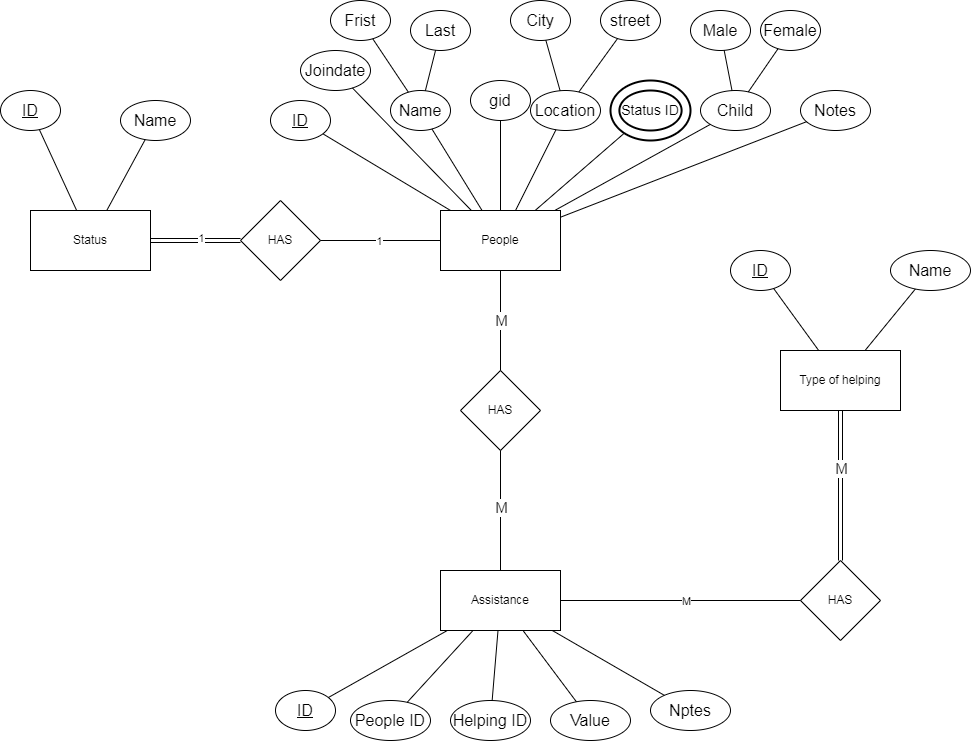
Before: DataBase/kherko.png, a diagram exported from draw.io (Mo-Ahmed-Ah/Java_Project). Source tidied: cells renumbered, new cells last; positions are measured from the earlier drawing's top-left corner, leaving out a move shared by most shapes.
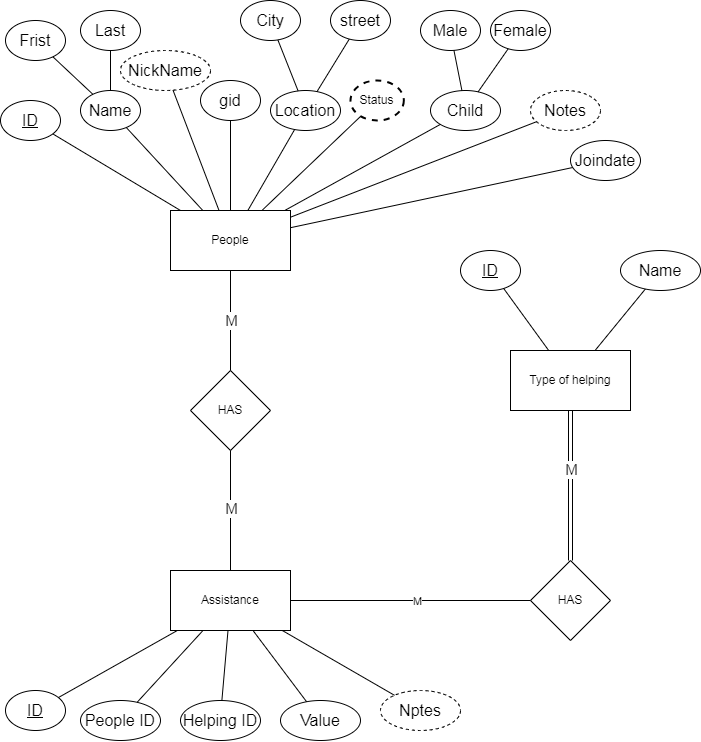
Later version of the same file.

Diff of the diagram source:
```diff
@@ -9,19 +9,19 @@
       <mxGeometry x="270" y="100" width="60" height="40" as="geometry" />
     </mxCell>
     <mxCell id="4" value="&lt;font style=&quot;font-size: 16px;&quot;&gt;Name&lt;/font&gt;" style="ellipse;whiteSpace=wrap;html=1;" parent="1" vertex="1">
-      <mxGeometry x="390" y="90" width="60" height="40" as="geometry" />
+      <mxGeometry x="350" y="90" width="60" height="40" as="geometry" />
     </mxCell>
     <mxCell id="5" value="&lt;font style=&quot;font-size: 16px;&quot;&gt;Last&lt;/font&gt;" style="ellipse;whiteSpace=wrap;html=1;" parent="1" vertex="1">
-      <mxGeometry x="410" y="10" width="60" height="40" as="geometry" />
+      <mxGeometry x="350" y="10" width="60" height="40" as="geometry" />
     </mxCell>
     <mxCell id="6" value="&lt;font style=&quot;font-size: 16px;&quot;&gt;Frist&lt;/font&gt;" style="ellipse;whiteSpace=wrap;html=1;" parent="1" vertex="1">
-      <mxGeometry x="330" width="60" height="40" as="geometry" />
+      <mxGeometry x="275" y="20" width="60" height="40" as="geometry" />
     </mxCell>
     <mxCell id="7" value="&lt;font style=&quot;font-size: 16px;&quot;&gt;gid&lt;/font&gt;" style="ellipse;whiteSpace=wrap;html=1;" parent="1" vertex="1">
       <mxGeometry x="470" y="80" width="60" height="40" as="geometry" />
     </mxCell>
     <mxCell id="8" value="&lt;font style=&quot;font-size: 16px;&quot;&gt;Location&lt;/font&gt;" style="ellipse;whiteSpace=wrap;html=1;" parent="1" vertex="1">
-      <mxGeometry x="530" y="90" width="70" height="40" as="geometry" />
+      <mxGeometry x="540" y="90" width="70" height="40" as="geometry" />
     </mxCell>
     <mxCell id="9" value="&lt;font style=&quot;font-size: 16px;&quot;&gt;City&lt;/font&gt;" style="ellipse;whiteSpace=wrap;html=1;" parent="1" vertex="1">
       <mxGeometry x="510" width="60" height="40" as="geometry" />
@@ -38,11 +38,11 @@
     <mxCell id="13" value="&lt;font style=&quot;font-size: 16px;&quot;&gt;Female&lt;/font&gt;" style="ellipse;whiteSpace=wrap;html=1;" parent="1" vertex="1">
       <mxGeometry x="760" y="10" width="60" height="40" as="geometry" />
     </mxCell>
-    <mxCell id="14" value="&lt;font style=&quot;font-size: 16px;&quot;&gt;Notes&lt;/font&gt;" style="ellipse;whiteSpace=wrap;html=1;" parent="1" vertex="1">
+    <mxCell id="14" value="&lt;font style=&quot;font-size: 16px;&quot;&gt;Notes&lt;/font&gt;" style="ellipse;whiteSpace=wrap;html=1;dashed=1;" parent="1" vertex="1">
       <mxGeometry x="800" y="90" width="70" height="40" as="geometry" />
     </mxCell>
     <mxCell id="15" value="&lt;font style=&quot;font-size: 16px;&quot;&gt;Joindate&lt;/font&gt;" style="ellipse;whiteSpace=wrap;html=1;" parent="1" vertex="1">
-      <mxGeometry x="300" y="50" width="70" height="40" as="geometry" />
+      <mxGeometry x="840" y="140" width="70" height="40" as="geometry" />
     </mxCell>
     <mxCell id="16" style="endArrow=none;html=1;rounded=0;" parent="1" edge="1" source="2" target="3">
       <mxGeometry relative="1" as="geometry" />
@@ -104,7 +104,7 @@
     <mxCell id="35" value="&lt;span style=&quot;font-size: 16px;&quot;&gt;Value&lt;/span&gt;" style="ellipse;whiteSpace=wrap;html=1;" parent="1" vertex="1">
       <mxGeometry x="550" y="700" width="80" height="40" as="geometry" />
     </mxCell>
-    <mxCell id="36" value="&lt;span style=&quot;font-size: 16px;&quot;&gt;Nptes&lt;/span&gt;" style="ellipse;whiteSpace=wrap;html=1;" parent="1" vertex="1">
+    <mxCell id="36" value="&lt;span style=&quot;font-size: 16px;&quot;&gt;Nptes&lt;/span&gt;" style="ellipse;whiteSpace=wrap;html=1;dashed=1;" parent="1" vertex="1">
       <mxGeometry x="650" y="690" width="80" height="40" as="geometry" />
     </mxCell>
     <mxCell id="37" style="endArrow=none;html=1;rounded=0;" parent="1" edge="1" source="33" target="30">
@@ -170,48 +170,17 @@
     <mxCell id="55" value="M" style="edgeLabel;html=1;align=center;verticalAlign=middle;" parent="54" vertex="1">
       <mxGeometry x="-0.05" relative="1" as="geometry" />
     </mxCell>
-    <mxCell id="56" style="group;" parent="1" vertex="1">
-      <mxGeometry x="610" y="80" width="80" height="60" as="geometry" />
+    <mxCell id="56" style="group;dashed=1;" parent="1" vertex="1">
+      <mxGeometry x="620" y="80" width="53.3" height="40" as="geometry" />
     </mxCell>
-    <mxCell id="57" style="ellipse;whiteSpace=wrap;html=1;strokeColor=default;strokeWidth=2;shadow=0;fillColor=none;" parent="56" vertex="1">
-      <mxGeometry width="80" height="60" as="geometry" />
+    <mxCell id="57" value="Status" style="ellipse;whiteSpace=wrap;html=1;strokeColor=default;strokeWidth=2;shadow=0;fillColor=none;dashed=1;" parent="56" vertex="1">
+      <mxGeometry width="53.3" height="40" as="geometry" />
     </mxCell>
-    <mxCell id="58" value="&lt;font style=&quot;font-size: 14px;&quot;&gt;Status ID&lt;/font&gt;" style="ellipse;whiteSpace=wrap;html=1;strokeColor=default;strokeWidth=2;shadow=0;" parent="56" vertex="1">
-      <mxGeometry x="8.9" y="10" width="62.2" height="40" as="geometry" />
-    </mxCell>
-    <mxCell id="59" value="Status" style="rounded=0;whiteSpace=wrap;html=1;" parent="1" vertex="1">
-      <mxGeometry x="30" y="210" width="120" height="60" as="geometry" />
-    </mxCell>
-    <mxCell id="60" value="&lt;font style=&quot;font-size: 16px;&quot;&gt;&lt;u&gt;ID&lt;/u&gt;&lt;/font&gt;" style="ellipse;whiteSpace=wrap;html=1;" parent="1" vertex="1">
-      <mxGeometry y="90" width="60" height="40" as="geometry" />
-    </mxCell>
-    <mxCell id="61" value="&lt;font style=&quot;font-size: 16px;&quot;&gt;Name&lt;/font&gt;" style="ellipse;whiteSpace=wrap;html=1;" parent="1" vertex="1">
-      <mxGeometry x="120" y="100" width="70" height="40" as="geometry" />
-    </mxCell>
-    <mxCell id="62" style="endArrow=none;html=1;rounded=0;" parent="1" edge="1" source="59" target="61">
-      <mxGeometry relative="1" as="geometry" />
-    </mxCell>
-    <mxCell id="63" style="endArrow=none;html=1;rounded=0;" parent="1" edge="1" source="59" target="60">
-      <mxGeometry relative="1" as="geometry" />
-    </mxCell>
-    <mxCell id="64" value="HAS" style="rhombus;whiteSpace=wrap;html=1;" parent="1" vertex="1">
-      <mxGeometry x="240" y="200" width="80" height="80" as="geometry" />
-    </mxCell>
-    <mxCell id="65" style="endArrow=none;html=1;rounded=0;" parent="1" edge="1" source="64" target="2">
-      <mxGeometry relative="1" as="geometry" />
-    </mxCell>
-    <mxCell id="66" value="1" style="edgeLabel;html=1;align=center;verticalAlign=middle;" parent="65" vertex="1">
-      <mxGeometry x="0.02" y="-3" relative="1" as="geometry">
-        <mxPoint x="-3" y="-3" as="offset" />
-      </mxGeometry>
-    </mxCell>
-    <mxCell id="67" style="endArrow=none;html=1;rounded=0;shape=link;" parent="1" edge="1" source="59" target="64">
-      <mxGeometry relative="1" as="geometry" />
-    </mxCell>
-    <mxCell id="68" value="1" style="edgeLabel;html=1;align=center;verticalAlign=middle;" parent="67" vertex="1">
-      <mxGeometry x="0.05" y="3" relative="1" as="geometry">
-        <mxPoint x="3" as="offset" />
-      </mxGeometry>
-    </mxCell>
+    <mxCell id="69" value="&lt;span style=&quot;font-size: 16px;&quot;&gt;NickName&lt;/span&gt;" style="ellipse;whiteSpace=wrap;html=1;dashed=1;" parent="1" vertex="1">
+      <mxGeometry x="390" y="50" width="90" height="40" as="geometry" />
+    </mxCell>
+    <mxCell id="70" style="endArrow=none;html=1;rounded=0;" parent="1" edge="1" source="2" target="69">
+      <mxGeometry relative="1" as="geometry" />
+    </mxCell>
   </root>
 </mxGraphModel>
```
